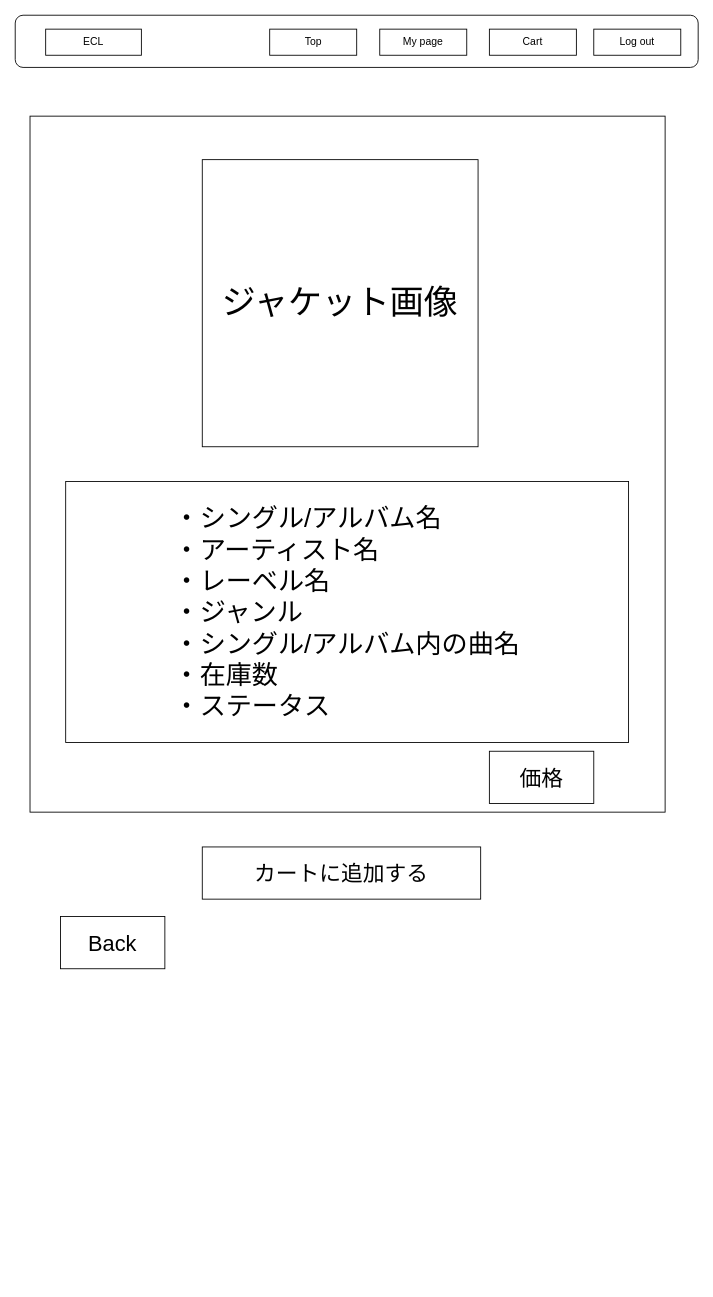
Above: ワイヤーフレーム/user/user_item_detail.drawio in ecl11/ECL (draw.io), before the change. Source tidied: cells renumbered, new cells numbered last; positions are measured from the earlier drawing's top-left corner, leaving out a move shared by most shapes. Both pictures are drawn from the tidied source at 87%, with x=0, y=0 at pixel (15, 15).
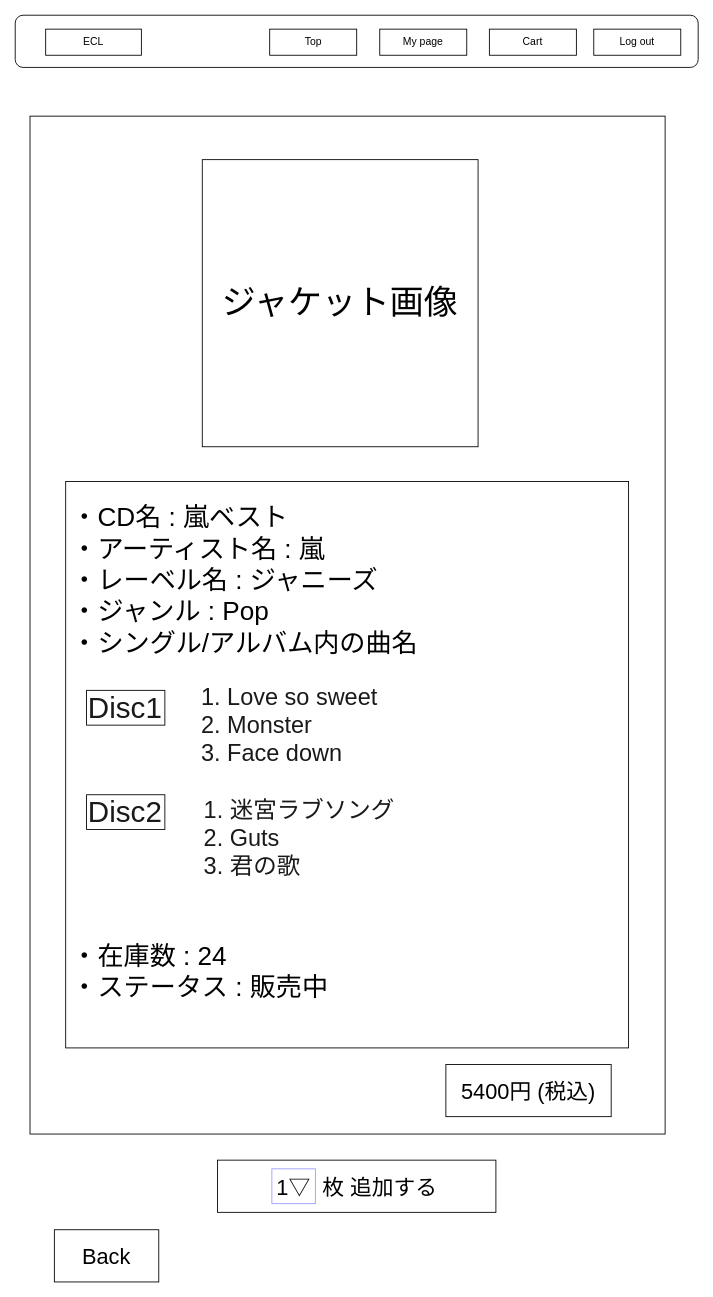
The same diagram, later.

Diff of the diagram source:
```diff
@@
 <mxGraphModel>
   <root>
     <mxCell id="0" />
     <mxCell id="1" parent="0" />
     <mxCell id="2" style="rounded=0;whiteSpace=wrap;html=1;" parent="1" vertex="1">
-      <mxGeometry x="17" y="116" width="730" height="800" as="geometry" />
+      <mxGeometry x="17" y="116" width="730" height="1170" as="geometry" />
     </mxCell>
     <mxCell id="3" value="&lt;font style=&quot;font-size: 39px&quot;&gt;ジャケット画像&lt;/font&gt;" style="rounded=0;whiteSpace=wrap;html=1;" parent="1" vertex="1">
       <mxGeometry x="215" y="166" width="317" height="330" as="geometry" />
     </mxCell>
-    <mxCell id="4" value="&lt;font style=&quot;font-size: 25px&quot;&gt;カートに追加する&lt;/font&gt;" style="rounded=0;whiteSpace=wrap;html=1;" parent="1" vertex="1">
-      <mxGeometry x="215" y="956" width="320" height="60" as="geometry" />
+    <mxCell id="4" value="&lt;span style=&quot;font-size: 25px&quot;&gt;1▽&amp;nbsp; 枚 追加する&lt;/span&gt;" style="rounded=0;whiteSpace=wrap;html=1;" parent="1" vertex="1">
+      <mxGeometry x="232.5" y="1316" width="320" height="60" as="geometry" />
     </mxCell>
     <mxCell id="5" style="rounded=1;whiteSpace=wrap;html=1;" parent="1" vertex="1">
       <mxGeometry width="785" height="60" as="geometry" />
     </mxCell>
     <mxCell id="6" value="ECL" style="rounded=0;whiteSpace=wrap;html=1;" parent="1" vertex="1">
       <mxGeometry x="35" y="16" width="110" height="30" as="geometry" />
     </mxCell>
     <mxCell id="7" value="Top" style="rounded=0;whiteSpace=wrap;html=1;" parent="1" vertex="1">
       <mxGeometry x="292.5" y="16" width="100" height="30" as="geometry" />
     </mxCell>
     <mxCell id="8" value="Cart" style="rounded=0;whiteSpace=wrap;html=1;" parent="1" vertex="1">
       <mxGeometry x="545" y="16" width="100" height="30" as="geometry" />
     </mxCell>
     <mxCell id="9" value="Log out" style="rounded=0;whiteSpace=wrap;html=1;" parent="1" vertex="1">
       <mxGeometry x="665" y="16" width="100" height="30" as="geometry" />
     </mxCell>
     <mxCell id="10" value="My page" style="rounded=0;whiteSpace=wrap;html=1;" parent="1" vertex="1">
       <mxGeometry x="419" y="16" width="100" height="30" as="geometry" />
     </mxCell>
     <mxCell id="11" value="&lt;font style=&quot;font-size: 25px&quot;&gt;Back&lt;/font&gt;" style="rounded=0;whiteSpace=wrap;html=1;" parent="1" vertex="1">
-      <mxGeometry x="52" y="1036" width="120" height="60" as="geometry" />
+      <mxGeometry x="45" y="1396" width="120" height="60" as="geometry" />
     </mxCell>
-    <mxCell id="12" value="&lt;div style=&quot;text-align: left ; font-size: 30px&quot;&gt;&lt;span&gt;&lt;font style=&quot;font-size: 30px&quot;&gt;・シングル/アルバム名&lt;/font&gt;&lt;/span&gt;&lt;/div&gt;&lt;div style=&quot;text-align: left ; font-size: 30px&quot;&gt;&lt;span&gt;&lt;font style=&quot;font-size: 30px&quot;&gt;・アーティスト名&lt;/font&gt;&lt;/span&gt;&lt;/div&gt;&lt;div style=&quot;text-align: left ; font-size: 30px&quot;&gt;&lt;span&gt;&lt;font style=&quot;font-size: 30px&quot;&gt;・レーベル名&lt;/font&gt;&lt;/span&gt;&lt;/div&gt;&lt;div style=&quot;text-align: left ; font-size: 30px&quot;&gt;&lt;span&gt;&lt;font style=&quot;font-size: 30px&quot;&gt;・ジャンル&lt;/font&gt;&lt;/span&gt;&lt;/div&gt;&lt;div style=&quot;text-align: left ; font-size: 30px&quot;&gt;&lt;span&gt;&lt;font style=&quot;font-size: 30px&quot;&gt;・シングル/アルバム内の曲名&lt;/font&gt;&lt;/span&gt;&lt;/div&gt;&lt;div style=&quot;text-align: left ; font-size: 30px&quot;&gt;&lt;span&gt;&lt;font style=&quot;font-size: 30px&quot;&gt;・在庫数&lt;/font&gt;&lt;/span&gt;&lt;/div&gt;&lt;div style=&quot;text-align: left ; font-size: 30px&quot;&gt;&lt;span&gt;&lt;font style=&quot;font-size: 30px&quot;&gt;・ステータス&lt;/font&gt;&lt;/span&gt;&lt;/div&gt;" style="rounded=0;whiteSpace=wrap;html=1;" parent="1" vertex="1">
-      <mxGeometry x="58" y="536" width="647" height="300" as="geometry" />
+    <mxCell id="12" value="&lt;p style=&quot;line-height: 160%&quot;&gt;&lt;/p&gt;&lt;div style=&quot;text-align: left ; font-size: 30px&quot;&gt;&lt;span&gt;&lt;font style=&quot;font-size: 30px&quot;&gt;・CD名 : 嵐ベスト&amp;nbsp;&lt;/font&gt;&lt;/span&gt;&lt;/div&gt;&lt;div style=&quot;text-align: left ; font-size: 30px&quot;&gt;&lt;span&gt;&lt;font style=&quot;font-size: 30px&quot;&gt;・アーティスト名 : 嵐&lt;/font&gt;&lt;/span&gt;&lt;/div&gt;&lt;div style=&quot;text-align: left ; font-size: 30px&quot;&gt;&lt;span&gt;&lt;font style=&quot;font-size: 30px&quot;&gt;・レーベル名 : ジャニーズ&lt;/font&gt;&lt;/span&gt;&lt;/div&gt;&lt;div style=&quot;text-align: left ; font-size: 30px&quot;&gt;&lt;span&gt;&lt;font style=&quot;font-size: 30px&quot;&gt;・ジャンル : Pop&lt;/font&gt;&lt;/span&gt;&lt;/div&gt;&lt;div style=&quot;text-align: left ; font-size: 30px&quot;&gt;&lt;span&gt;&lt;font style=&quot;font-size: 30px&quot;&gt;・シングル/アルバム内の曲名&lt;/font&gt;&lt;/span&gt;&lt;/div&gt;&lt;div style=&quot;text-align: left ; font-size: 30px&quot;&gt;&lt;span&gt;&lt;font style=&quot;font-size: 30px&quot;&gt;　&lt;/font&gt;&lt;/span&gt;&lt;/div&gt;&lt;div style=&quot;text-align: left ; font-size: 30px&quot;&gt;&lt;br&gt;&lt;/div&gt;&lt;div style=&quot;text-align: left ; font-size: 30px&quot;&gt;&lt;span&gt;&lt;font style=&quot;font-size: 30px&quot;&gt;&lt;br&gt;&lt;/font&gt;&lt;/span&gt;&lt;/div&gt;&lt;div style=&quot;text-align: left ; font-size: 30px&quot;&gt;&lt;span&gt;&lt;font style=&quot;font-size: 30px&quot;&gt;&lt;br&gt;&lt;/font&gt;&lt;/span&gt;&lt;/div&gt;&lt;div style=&quot;text-align: left ; font-size: 30px&quot;&gt;&lt;span&gt;&lt;font style=&quot;font-size: 30px&quot;&gt;&lt;br&gt;&lt;/font&gt;&lt;/span&gt;&lt;/div&gt;&lt;div style=&quot;text-align: left ; font-size: 30px&quot;&gt;&lt;span&gt;&lt;font style=&quot;font-size: 30px&quot;&gt;&amp;nbsp; &amp;nbsp;&amp;nbsp;&lt;/font&gt;&lt;/span&gt;&lt;/div&gt;&lt;div style=&quot;text-align: left ; font-size: 30px&quot;&gt;&lt;span&gt;&lt;font style=&quot;font-size: 30px&quot;&gt;&lt;br&gt;&lt;/font&gt;&lt;/span&gt;&lt;/div&gt;&lt;div style=&quot;text-align: left ; font-size: 30px&quot;&gt;&lt;span&gt;&lt;font style=&quot;font-size: 30px&quot;&gt;&lt;br&gt;&lt;/font&gt;&lt;/span&gt;&lt;/div&gt;&lt;div style=&quot;text-align: left ; font-size: 30px&quot;&gt;&lt;br&gt;&lt;/div&gt;&lt;div style=&quot;text-align: left ; font-size: 30px&quot;&gt;&lt;span&gt;&lt;font style=&quot;font-size: 30px&quot;&gt;・在庫数 : 24&lt;/font&gt;&lt;/span&gt;&lt;/div&gt;&lt;div style=&quot;text-align: left ; font-size: 30px&quot;&gt;&lt;span&gt;&lt;font style=&quot;font-size: 30px&quot;&gt;・ステータス : 販売中&lt;/font&gt;&lt;/span&gt;&lt;/div&gt;&lt;p&gt;&lt;/p&gt;" style="rounded=0;whiteSpace=wrap;html=1;align=left;verticalAlign=top;spacing=7;" parent="1" vertex="1">
+      <mxGeometry x="58" y="536" width="647" height="651" as="geometry" />
     </mxCell>
-    <mxCell id="13" value="&lt;font style=&quot;font-size: 25px&quot;&gt;価格&lt;/font&gt;" style="rounded=0;whiteSpace=wrap;html=1;" parent="1" vertex="1">
-      <mxGeometry x="545" y="846" width="120" height="60" as="geometry" />
+    <mxCell id="13" value="&lt;span style=&quot;font-size: 25px&quot;&gt;5400円 (税込)&lt;/span&gt;" style="rounded=0;whiteSpace=wrap;html=1;" parent="1" vertex="1">
+      <mxGeometry x="495" y="1206" width="190" height="60" as="geometry" />
     </mxCell>
+    <mxCell id="14" value="Disc1" style="rounded=0;whiteSpace=wrap;html=1;fillColor=none;fontSize=34;fontColor=#1A1A1A;align=left;" parent="1" vertex="1">
+      <mxGeometry x="82" y="776" width="90" height="40" as="geometry" />
+    </mxCell>
+    <mxCell id="15" value="1. Love so sweet&lt;br style=&quot;font-size: 27px;&quot;&gt;2. Monster&lt;br style=&quot;font-size: 27px;&quot;&gt;3. Face down&lt;br style=&quot;font-size: 27px;&quot;&gt;" style="rounded=1;whiteSpace=wrap;html=1;fillColor=none;fontSize=27;fontColor=#1A1A1A;align=left;strokeColor=none;" parent="1" vertex="1">
+      <mxGeometry x="212" y="786" width="393" height="60" as="geometry" />
+    </mxCell>
+    <mxCell id="16" value="Disc2" style="rounded=0;whiteSpace=wrap;html=1;fillColor=none;fontSize=34;fontColor=#1A1A1A;align=left;" parent="1" vertex="1">
+      <mxGeometry x="82" y="896" width="90" height="40" as="geometry" />
+    </mxCell>
+    <mxCell id="17" value="1. 迷宮ラブソング&lt;br style=&quot;font-size: 27px&quot;&gt;2. Guts&lt;br style=&quot;font-size: 27px&quot;&gt;3. 君の歌&lt;br style=&quot;font-size: 27px&quot;&gt;" style="rounded=1;whiteSpace=wrap;html=1;fillColor=none;fontSize=27;fontColor=#1A1A1A;align=left;strokeColor=none;" parent="1" vertex="1">
+      <mxGeometry x="215" y="916" width="393" height="60" as="geometry" />
+    </mxCell>
+    <mxCell id="18" style="rounded=0;whiteSpace=wrap;html=1;fillColor=none;fontSize=27;fontColor=#1A1A1A;align=left;strokeColor=#9999FF;" parent="1" vertex="1">
+      <mxGeometry x="295" y="1326" width="50" height="40" as="geometry" />
+    </mxCell>
   </root>
 </mxGraphModel>
```
